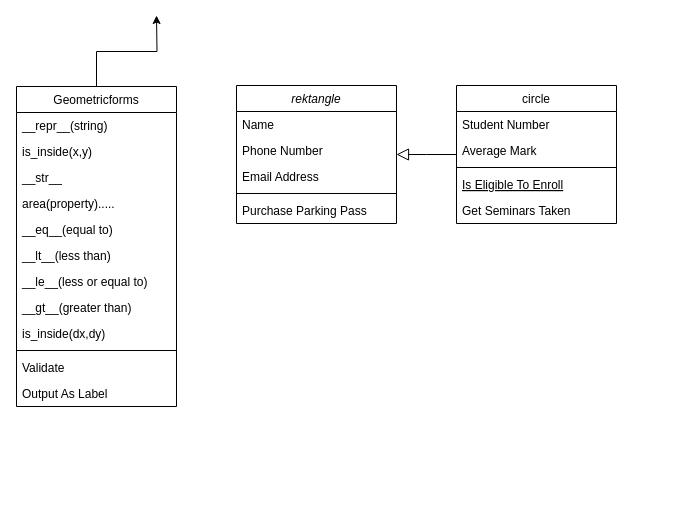
Before: Untitled Diagram.drawio in ritmoali/python-RithwanMohamedAli, a draw.io diagram. Source tidied: cells renumbered, new cells numbered last; positions are measured from the earlier drawing's top-left corner, leaving out a move shared by most shapes. Both pictures are drawn from the tidied source at 100%, with x=0, y=0 at pixel (16, 15).
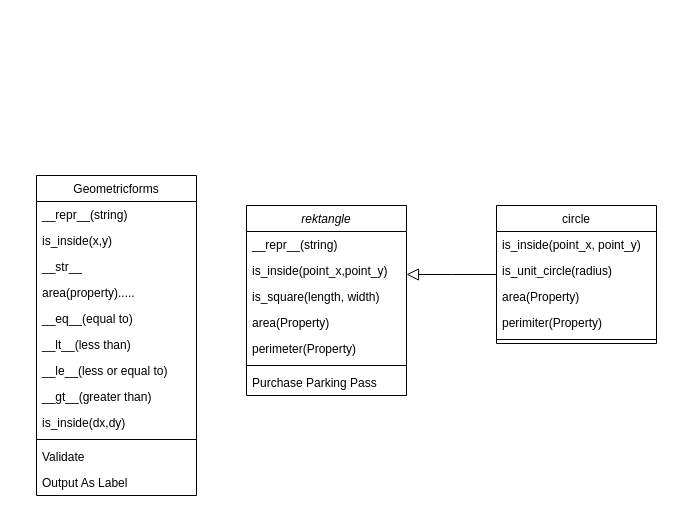
After the change.

Diff of the diagram source:
```diff
@@
     <mxCell id="2" value="rektangle" style="swimlane;fontStyle=2;align=center;verticalAlign=top;horizontal=1;startSize=26;rounded=0;shadow=0;strokeWidth=1;" parent="1" vertex="1">
-      <mxGeometry x="220" y="70" width="160" height="138" as="geometry" />
+      <mxGeometry x="230" y="190" width="160" height="190" as="geometry" />
     </mxCell>
-    <mxCell id="3" value="Name" style="text;align=left;verticalAlign=top;spacingLeft=4;spacingRight=4;overflow=hidden;" parent="2" vertex="1">
+    <mxCell id="3" value="__repr__(string)" style="text;align=left;verticalAlign=top;spacingLeft=4;spacingRight=4;overflow=hidden;" parent="2" vertex="1">
       <mxGeometry y="26" width="160" height="26" as="geometry" />
     </mxCell>
-    <mxCell id="4" value="Phone Number" style="text;align=left;verticalAlign=top;spacingLeft=4;spacingRight=4;overflow=hidden;rounded=0;shadow=0;html=0;" parent="2" vertex="1">
+    <mxCell id="4" value="is_inside(point_x,point_y)" style="text;align=left;verticalAlign=top;spacingLeft=4;spacingRight=4;overflow=hidden;rounded=0;shadow=0;html=0;" parent="2" vertex="1">
       <mxGeometry y="52" width="160" height="26" as="geometry" />
     </mxCell>
+    <mxCell id="29" value="is_square(length, width)" style="text;align=left;verticalAlign=top;spacingLeft=4;spacingRight=4;overflow=hidden;rounded=0;shadow=0;html=0;" parent="2" vertex="1">
+      <mxGeometry y="78" width="160" height="26" as="geometry" />
+    </mxCell>
+    <mxCell id="30" value="area(Property)" style="text;align=left;verticalAlign=top;spacingLeft=4;spacingRight=4;overflow=hidden;rounded=0;shadow=0;html=0;" parent="2" vertex="1">
+      <mxGeometry y="104" width="160" height="26" as="geometry" />
+    </mxCell>
-    <mxCell id="5" value="Email Address" style="text;align=left;verticalAlign=top;spacingLeft=4;spacingRight=4;overflow=hidden;rounded=0;shadow=0;html=0;" parent="2" vertex="1">
-      <mxGeometry y="78" width="160" height="26" as="geometry" />
+    <mxCell id="5" value="perimeter(Property)" style="text;align=left;verticalAlign=top;spacingLeft=4;spacingRight=4;overflow=hidden;rounded=0;shadow=0;html=0;" parent="2" vertex="1">
+      <mxGeometry y="130" width="160" height="26" as="geometry" />
     </mxCell>
     <mxCell id="6" style="line;html=1;strokeWidth=1;align=left;verticalAlign=middle;spacingTop=-1;spacingLeft=3;spacingRight=3;labelPosition=right;" parent="2" vertex="1">
-      <mxGeometry y="104" width="160" height="8" as="geometry" />
+      <mxGeometry y="156" width="160" height="8" as="geometry" />
     </mxCell>
     <mxCell id="7" value="Purchase Parking Pass" style="text;align=left;verticalAlign=top;spacingLeft=4;spacingRight=4;overflow=hidden;" parent="2" vertex="1">
-      <mxGeometry y="112" width="160" height="26" as="geometry" />
+      <mxGeometry y="164" width="160" height="26" as="geometry" />
     </mxCell>
     <mxCell id="8" value="circle" style="swimlane;fontStyle=0;align=center;verticalAlign=top;horizontal=1;startSize=26;rounded=0;shadow=0;strokeWidth=1;" parent="1" vertex="1">
-      <mxGeometry x="440" y="70" width="160" height="138" as="geometry" />
+      <mxGeometry x="480" y="190" width="160" height="138" as="geometry" />
     </mxCell>
-    <mxCell id="9" value="Student Number" style="text;align=left;verticalAlign=top;spacingLeft=4;spacingRight=4;overflow=hidden;" parent="8" vertex="1">
+    <mxCell id="9" value="is_inside(point_x, point_y)" style="text;align=left;verticalAlign=top;spacingLeft=4;spacingRight=4;overflow=hidden;" parent="8" vertex="1">
       <mxGeometry y="26" width="160" height="26" as="geometry" />
     </mxCell>
-    <mxCell id="10" value="Average Mark" style="text;align=left;verticalAlign=top;spacingLeft=4;spacingRight=4;overflow=hidden;rounded=0;shadow=0;html=0;" parent="8" vertex="1">
+    <mxCell id="10" value="is_unit_circle(radius)" style="text;align=left;verticalAlign=top;spacingLeft=4;spacingRight=4;overflow=hidden;rounded=0;shadow=0;html=0;" parent="8" vertex="1">
       <mxGeometry y="52" width="160" height="26" as="geometry" />
     </mxCell>
+    <mxCell id="31" value="area(Property)" style="text;align=left;verticalAlign=top;spacingLeft=4;spacingRight=4;overflow=hidden;rounded=0;shadow=0;html=0;" parent="8" vertex="1">
+      <mxGeometry y="78" width="160" height="26" as="geometry" />
+    </mxCell>
+    <mxCell id="32" value="perimiter(Property)" style="text;align=left;verticalAlign=top;spacingLeft=4;spacingRight=4;overflow=hidden;rounded=0;shadow=0;html=0;" parent="8" vertex="1">
+      <mxGeometry y="104" width="160" height="26" as="geometry" />
+    </mxCell>
     <mxCell id="11" style="line;html=1;strokeWidth=1;align=left;verticalAlign=middle;spacingTop=-1;spacingLeft=3;spacingRight=3;labelPosition=right;" parent="8" vertex="1">
-      <mxGeometry y="78" width="160" height="8" as="geometry" />
+      <mxGeometry y="130" width="160" height="8" as="geometry" />
     </mxCell>
-    <mxCell id="12" value="Is Eligible To Enroll" style="text;align=left;verticalAlign=top;spacingLeft=4;spacingRight=4;overflow=hidden;fontStyle=4;" parent="8" vertex="1">
-      <mxGeometry y="86" width="160" height="26" as="geometry" />
-    </mxCell>
-    <mxCell id="13" value="Get Seminars Taken" style="text;align=left;verticalAlign=top;spacingLeft=4;spacingRight=4;overflow=hidden;" parent="8" vertex="1">
-      <mxGeometry y="112" width="160" height="26" as="geometry" />
-    </mxCell>
@@
-    <mxCell id="15" style="edgeStyle=orthogonalEdgeStyle;rounded=0;jettySize=auto;html=1;" parent="1" edge="1" source="16">
-      <mxGeometry relative="1" as="geometry">
-        <mxPoint x="140" as="targetPoint" />
-      </mxGeometry>
-    </mxCell>
     <mxCell id="16" value="Geometricforms" style="swimlane;fontStyle=0;align=center;verticalAlign=top;horizontal=1;startSize=26;rounded=0;shadow=0;strokeWidth=1;" parent="1" vertex="1">
-      <mxGeometry y="71" width="160" height="320" as="geometry" />
+      <mxGeometry x="20" y="160" width="160" height="320" as="geometry" />
     </mxCell>
```
